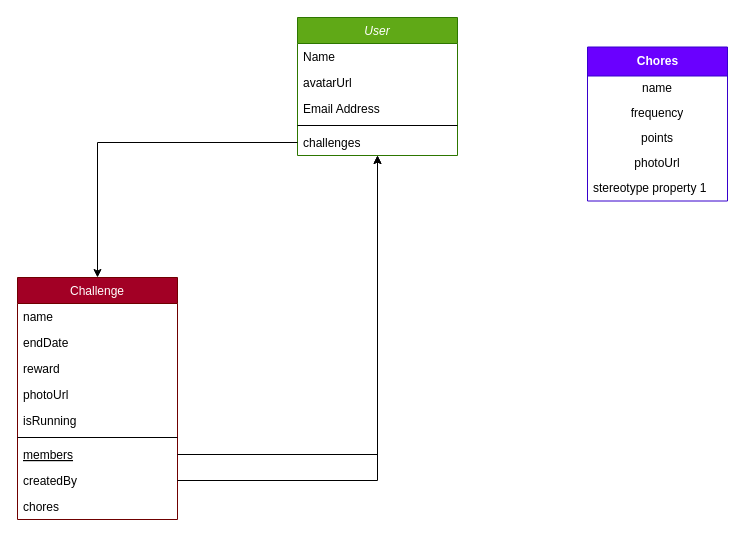
kishorekumarek/Medium keeps this draw.io diagram as RoomiesDbEntities.drawio. Above is the earlier version. Source tidied: cells renumbered, new cells numbered last; positions are measured from the earlier drawing's top-left corner, leaving out a move shared by most shapes. Both pictures are drawn from the tidied source at 100%, with x=0, y=0 at pixel (17, 17).
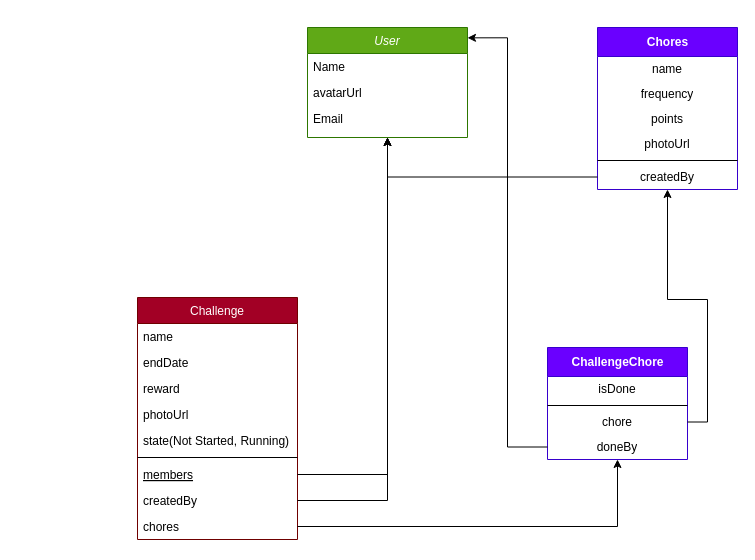
After the change.

The change refers to these unchanged cells:
```xml
<mxCell id="17" value="chores" style="text;align=left;verticalAlign=top;spacingLeft=4;spacingRight=4;overflow=hidden;points=[[0,0.5],[1,0.5]];portConstraint=eastwest;" parent="8" vertex="1">
  <mxGeometry y="216" width="160" height="26" as="geometry" />
</mxCell>
```

Diff of the diagram source:
```diff
@@
     <mxCell id="2" value="User" style="swimlane;fontStyle=2;align=center;verticalAlign=top;horizontal=1;startSize=26;rounded=0;shadow=0;strokeWidth=1;fillColor=#60a917;fontColor=#ffffff;strokeColor=#2D7600;" parent="1" vertex="1">
-      <mxGeometry x="280" width="160" height="138" as="geometry" />
+      <mxGeometry x="290" y="10" width="160" height="110" as="geometry" />
     </mxCell>
@@
-    <mxCell id="5" value="Email Address" style="text;align=left;verticalAlign=top;spacingLeft=4;spacingRight=4;overflow=hidden;rounded=0;shadow=0;html=0;" parent="2" vertex="1">
+    <mxCell id="5" value="Email" style="text;align=left;verticalAlign=top;spacingLeft=4;spacingRight=4;overflow=hidden;rounded=0;shadow=0;html=0;" parent="2" vertex="1">
       <mxGeometry y="78" width="160" height="26" as="geometry" />
     </mxCell>
-    <mxCell id="6" style="line;html=1;strokeWidth=1;align=left;verticalAlign=middle;spacingTop=-1;spacingLeft=3;spacingRight=3;labelPosition=right;" parent="2" vertex="1">
-      <mxGeometry y="104" width="160" height="8" as="geometry" />
-    </mxCell>
-    <mxCell id="7" value="challenges" style="text;align=left;verticalAlign=top;spacingLeft=4;spacingRight=4;overflow=hidden;points=[[0,0.5],[1,0.5]];portConstraint=eastwest;" parent="2" vertex="1">
-      <mxGeometry y="112" width="160" height="26" as="geometry" />
-    </mxCell>
     <mxCell id="8" value="Challenge" style="swimlane;fontStyle=0;align=center;verticalAlign=top;horizontal=1;startSize=26;rounded=0;shadow=0;strokeWidth=1;fillColor=#a20025;fontColor=#ffffff;strokeColor=#6F0000;" parent="1" vertex="1">
-      <mxGeometry y="260" width="160" height="242" as="geometry" />
+      <mxGeometry x="120" y="280" width="160" height="242" as="geometry" />
     </mxCell>
@@
-    <mxCell id="13" value="isRunning" style="text;align=left;verticalAlign=top;spacingLeft=4;spacingRight=4;overflow=hidden;rounded=0;shadow=0;html=0;" parent="8" vertex="1">
+    <mxCell id="13" value="state(Not Started, Running)" style="text;align=left;verticalAlign=top;spacingLeft=4;spacingRight=4;overflow=hidden;rounded=0;shadow=0;html=0;" parent="8" vertex="1">
       <mxGeometry y="130" width="160" height="26" as="geometry" />
     </mxCell>
@@
-    <mxCell id="19" style="edgeStyle=orthogonalEdgeStyle;rounded=0;jettySize=auto;html=1;" parent="1" edge="1" source="7" target="8">
-      <mxGeometry relative="1" as="geometry" />
-    </mxCell>
@@
     <mxCell id="21" value="Chores" style="swimlane;fontStyle=1;align=center;verticalAlign=middle;horizontal=1;startSize=29;html=1;fillColor=#6a00ff;fontColor=#ffffff;strokeColor=#3700CC;" parent="1" vertex="1">
-      <mxGeometry x="570" y="29.5" width="140" height="154" as="geometry" />
+      <mxGeometry x="580" y="10" width="140" height="162" as="geometry" />
     </mxCell>
@@
+    <mxCell id="27" style="line;html=1;strokeWidth=1;align=left;verticalAlign=middle;spacingTop=-1;spacingLeft=3;spacingRight=3;labelPosition=right;" parent="21" vertex="1">
+      <mxGeometry y="129" width="140" height="8" as="geometry" />
+    </mxCell>
-    <mxCell id="26" value="stereotype property 1" style="text;html=1;strokeColor=none;fillColor=none;align=left;verticalAlign=middle;spacingLeft=4;spacingRight=4;overflow=hidden;points=[[0,0.5],[1,0.5]];portConstraint=eastwest;" parent="21" vertex="1">
-      <mxGeometry y="129" width="140" height="25" as="geometry" />
+    <mxCell id="26" value="createdBy" style="text;html=1;strokeColor=none;fillColor=none;align=center;verticalAlign=middle;spacingLeft=4;spacingRight=4;overflow=hidden;points=[[0,0.5],[1,0.5]];portConstraint=eastwest;" parent="21" vertex="1">
+      <mxGeometry y="137" width="140" height="25" as="geometry" />
     </mxCell>
+    <mxCell id="28" value="ChallengeChore" style="swimlane;fontStyle=1;align=center;verticalAlign=middle;horizontal=1;startSize=29;html=1;fillColor=#6a00ff;fontColor=#ffffff;strokeColor=#3700CC;" parent="1" vertex="1">
+      <mxGeometry x="530" y="330" width="140" height="112" as="geometry" />
+    </mxCell>
+    <mxCell id="29" value="isDone" style="text;html=1;strokeColor=none;fillColor=none;align=center;verticalAlign=middle;spacingLeft=4;spacingRight=4;overflow=hidden;" parent="28" vertex="1">
+      <mxGeometry y="29" width="140" height="25" as="geometry" />
+    </mxCell>
+    <mxCell id="30" style="line;html=1;strokeWidth=1;align=left;verticalAlign=middle;spacingTop=-1;spacingLeft=3;spacingRight=3;labelPosition=right;" parent="28" vertex="1">
+      <mxGeometry y="54" width="140" height="8" as="geometry" />
+    </mxCell>
+    <mxCell id="31" value="chore" style="text;html=1;strokeColor=none;fillColor=none;align=center;verticalAlign=middle;spacingLeft=4;spacingRight=4;overflow=hidden;points=[[0,0.5],[1,0.5]];portConstraint=eastwest;" parent="28" vertex="1">
+      <mxGeometry y="62" width="140" height="25" as="geometry" />
+    </mxCell>
+    <mxCell id="32" value="doneBy" style="text;html=1;strokeColor=none;fillColor=none;align=center;verticalAlign=middle;spacingLeft=4;spacingRight=4;overflow=hidden;points=[[0,0.5],[1,0.5]];portConstraint=eastwest;" parent="28" vertex="1">
+      <mxGeometry y="87" width="140" height="25" as="geometry" />
+    </mxCell>
+    <mxCell id="33" style="edgeStyle=orthogonalEdgeStyle;rounded=0;jettySize=auto;html=1;" parent="1" edge="1" source="26" target="2">
+      <mxGeometry relative="1" as="geometry" />
+    </mxCell>
+    <mxCell id="34" style="edgeStyle=orthogonalEdgeStyle;rounded=0;jettySize=auto;html=1;entryX=1;entryY=0.094;entryDx=0;entryDy=0;entryPerimeter=0;" parent="1" edge="1" source="32" target="2">
+      <mxGeometry relative="1" as="geometry" />
+    </mxCell>
+    <mxCell id="35" style="edgeStyle=orthogonalEdgeStyle;rounded=0;jettySize=auto;html=1;" parent="1" edge="1" source="31" target="21">
+      <mxGeometry relative="1" as="geometry" />
+    </mxCell>
+    <mxCell id="36" style="edgeStyle=orthogonalEdgeStyle;rounded=0;jettySize=auto;html=1;" parent="1" edge="1" source="17" target="28">
+      <mxGeometry relative="1" as="geometry" />
+    </mxCell>
```
